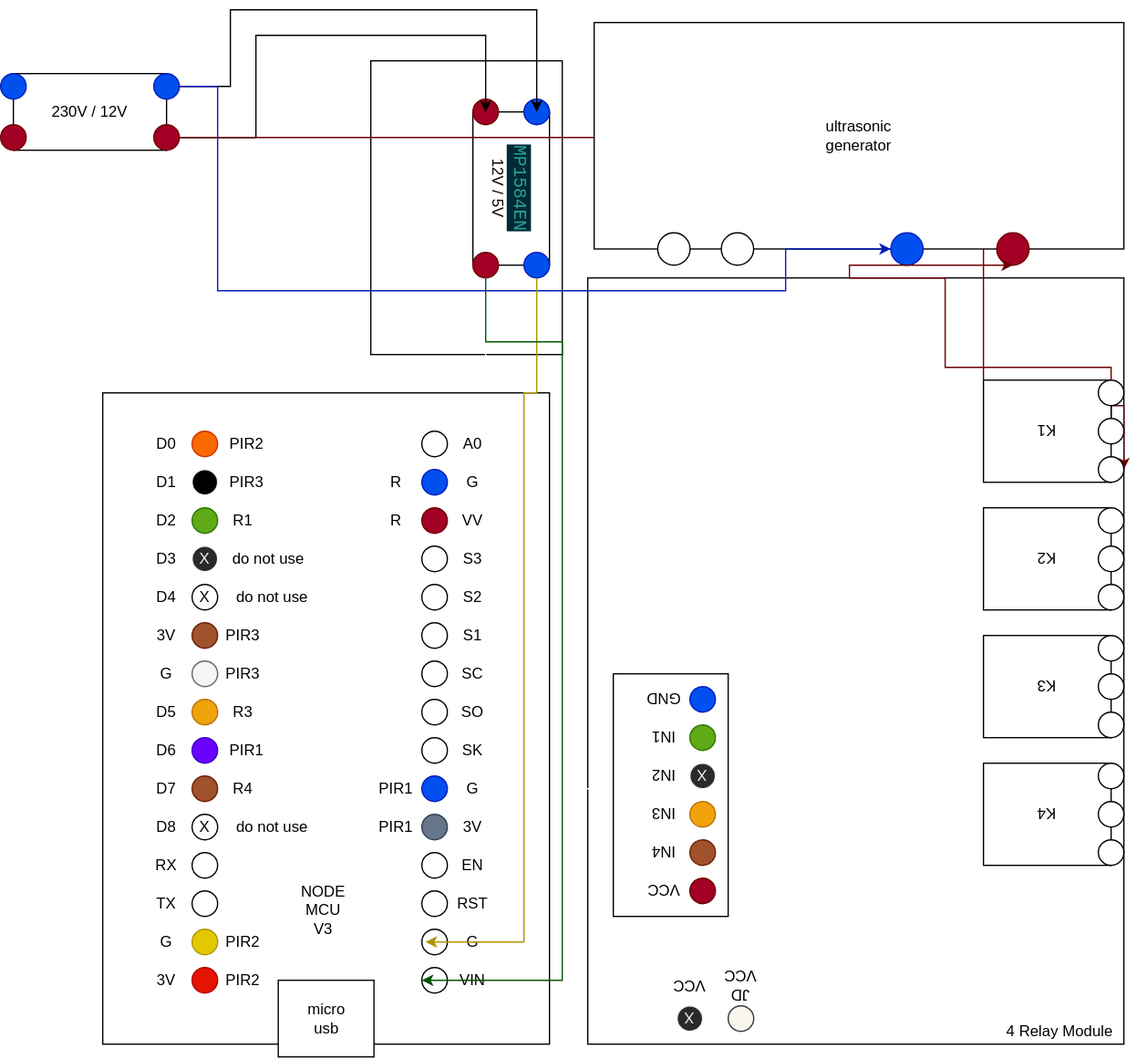
Earlier version of the draw.io export docs/level_field/esp_relay_wiring.drawio.svg (alexkratzer/autohomestack). Source tidied: cells renumbered, new cells last; positions are measured from the earlier drawing's top-left corner, leaving out a move shared by most shapes.
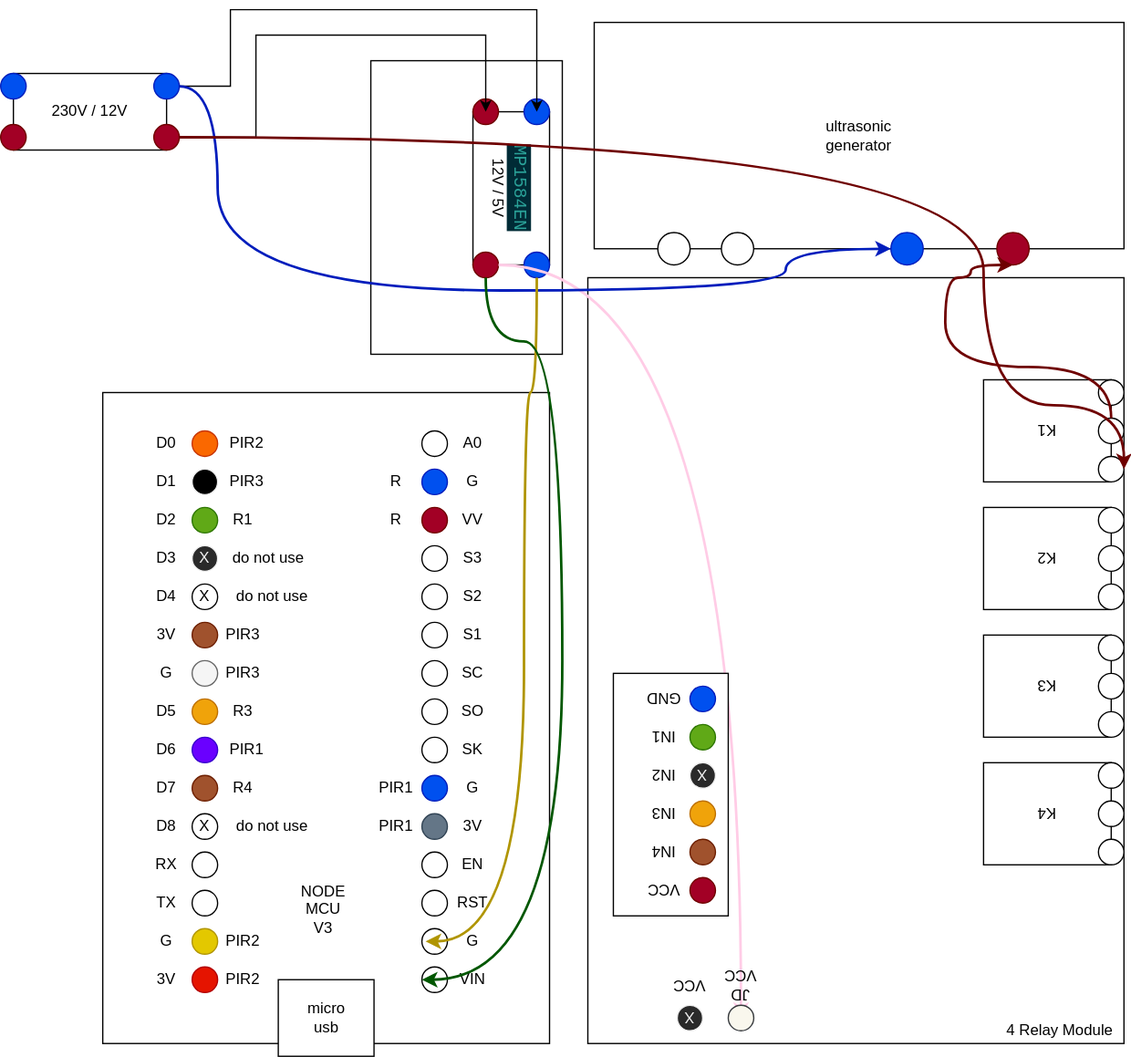
After the change.

What changed in the source:
```diff
@@ -62,23 +62,9 @@
     <mxCell id="17" style="ellipse;whiteSpace=wrap;html=1;fillColor=#a20025;strokeColor=#6F0000;fontColor=#ffffff;rotation=-360;" parent="12" vertex="1">
       <mxGeometry x="120" y="40" width="20" height="20" as="geometry" />
     </mxCell>
-    <mxCell id="18" style="edgeStyle=orthogonalEdgeStyle;jettySize=auto;html=1;entryX=0.5;entryY=0.5;entryDx=0;entryDy=0;entryPerimeter=0;fillColor=#f9f7ed;fontSize=12;strokeColor=#FFFFFF;" parent="1" edge="1" source="9" target="135">
-      <mxGeometry x="30" y="1160" as="geometry">
-        <Array as="points">
-          <mxPoint x="380" y="280" />
-          <mxPoint x="450" y="280" />
-          <mxPoint x="450" y="610" />
-        </Array>
-      </mxGeometry>
+    <mxCell id="18" style="jettySize=auto;html=1;entryX=0.5;entryY=0.5;entryDx=0;entryDy=0;entryPerimeter=0;fillColor=#f9f7ed;fontSize=12;strokeColor=#FFCCE6;edgeStyle=orthogonalEdgeStyle;strokeWidth=2;curved=1;" parent="1" edge="1" source="9" target="135">
+      <mxGeometry x="30" y="1160" as="geometry" />
     </mxCell>
-    <mxCell id="19" style="edgeStyle=orthogonalEdgeStyle;rounded=0;jettySize=auto;html=1;entryX=0;entryY=0.5;entryDx=0;entryDy=0;fillColor=#a20025;strokeColor=#6F0000;" parent="1" edge="1" source="17" target="132">
-      <mxGeometry x="30" y="1160" as="geometry">
-        <Array as="points">
-          <mxPoint x="770" y="100" />
-          <mxPoint x="770" y="310" />
-        </Array>
-      </mxGeometry>
-    </mxCell>
     <mxCell id="20" style="group;" parent="1" vertex="1">
       <mxGeometry x="465" y="10" width="415" height="190" as="geometry" />
     </mxCell>
@@ -97,7 +83,7 @@
     <mxCell id="25" style="ellipse;whiteSpace=wrap;html=1;rotation=-180;" parent="20" vertex="1">
       <mxGeometry x="99.6" y="164.7" width="25.3" height="25.3" as="geometry" />
     </mxCell>
-    <mxCell id="26" style="edgeStyle=orthogonalEdgeStyle;rounded=0;jettySize=auto;html=1;fillColor=#0050ef;strokeColor=#001DBC;" parent="1" edge="1" source="16" target="23">
+    <mxCell id="26" style="edgeStyle=orthogonalEdgeStyle;jettySize=auto;html=1;fillColor=#0050ef;strokeColor=#001DBC;curved=1;strokeWidth=2;" parent="1" edge="1" source="16" target="23">
       <mxGeometry x="30" y="1160" as="geometry">
         <Array as="points">
           <mxPoint x="170" y="60" />
@@ -106,15 +92,6 @@
         </Array>
       </mxGeometry>
     </mxCell>
-    <mxCell id="27" style="edgeStyle=orthogonalEdgeStyle;rounded=0;jettySize=auto;html=1;entryX=0.5;entryY=0;entryDx=0;entryDy=0;fillColor=#a20025;strokeColor=#6F0000;" parent="1" edge="1" source="133" target="22">
-      <mxGeometry relative="1" as="geometry">
-        <Array as="points">
-          <mxPoint x="740" y="280" />
-          <mxPoint x="740" y="210" />
-          <mxPoint x="665" y="210" />
-        </Array>
-      </mxGeometry>
-    </mxCell>
     <mxCell id="28" style="group;" parent="1" vertex="1">
       <mxGeometry x="80" y="300" width="350" height="520" as="geometry" />
     </mxCell>
@@ -367,7 +344,7 @@
     <mxCell id="111" value="do not use" style="text;html=1;strokeColor=none;fillColor=none;align=center;verticalAlign=middle;whiteSpace=wrap;rounded=0;" parent="28" vertex="1">
       <mxGeometry x="92.5" y="150" width="80" height="20" as="geometry" />
     </mxCell>
-    <mxCell id="112" style="edgeStyle=orthogonalEdgeStyle;rounded=0;jettySize=auto;html=1;fillColor=#e3c800;strokeColor=#B09500;entryX=0.146;entryY=0.5;entryDx=0;entryDy=0;entryPerimeter=0;" parent="1" edge="1" source="8" target="88">
+    <mxCell id="112" style="edgeStyle=orthogonalEdgeStyle;jettySize=auto;html=1;fillColor=#e3c800;strokeColor=#B09500;entryX=0.146;entryY=0.5;entryDx=0;entryDy=0;entryPerimeter=0;strokeWidth=2;curved=1;" parent="1" edge="1" source="8" target="88">
       <mxGeometry x="30" y="1160" as="geometry">
         <Array as="points">
           <mxPoint x="420" y="300" />
@@ -376,7 +353,7 @@
         </Array>
       </mxGeometry>
     </mxCell>
-    <mxCell id="113" style="edgeStyle=orthogonalEdgeStyle;rounded=0;jettySize=auto;html=1;fillColor=#008a00;strokeColor=#005700;entryX=0;entryY=0.5;entryDx=0;entryDy=0;" parent="1" edge="1" source="9" target="89">
+    <mxCell id="113" style="edgeStyle=orthogonalEdgeStyle;jettySize=auto;html=1;fillColor=#008a00;strokeColor=#005700;entryX=0;entryY=0.5;entryDx=0;entryDy=0;strokeWidth=2;curved=1;" parent="1" edge="1" source="9" target="89">
       <mxGeometry x="30" y="1160" as="geometry">
         <Array as="points">
           <mxPoint x="380" y="260" />
@@ -502,5 +479,24 @@
     <mxCell id="152" value="X" style="ellipse;whiteSpace=wrap;html=1;fillColor=#2a2a2a;strokeColor=#f0f0f0;fontColor=#f0f0f0;rotation=-180;" parent="1" vertex="1">
       <mxGeometry x="530" y="780" width="20" height="20" as="geometry" />
     </mxCell>
+    <mxCell id="19" style="edgeStyle=orthogonalEdgeStyle;jettySize=auto;html=1;entryX=0;entryY=0.5;entryDx=0;entryDy=0;fillColor=#a20025;strokeColor=#6F0000;strokeWidth=2;curved=1;" parent="1" edge="1" source="17" target="132">
+      <mxGeometry x="30" y="1160" as="geometry">
+        <Array as="points">
+          <mxPoint x="770" y="100" />
+          <mxPoint x="770" y="310" />
+        </Array>
+      </mxGeometry>
+    </mxCell>
+    <mxCell id="27" style="edgeStyle=orthogonalEdgeStyle;jettySize=auto;html=1;entryX=0.5;entryY=0;entryDx=0;entryDy=0;fillColor=#a20025;strokeColor=#6F0000;strokeWidth=2;curved=1;" parent="1" edge="1" source="133" target="22">
+      <mxGeometry relative="1" as="geometry">
+        <Array as="points">
+          <mxPoint x="870" y="280" />
+          <mxPoint x="740" y="280" />
+          <mxPoint x="740" y="210" />
+          <mxPoint x="760" y="210" />
+          <mxPoint x="760" y="200" />
+        </Array>
+      </mxGeometry>
+    </mxCell>
   </root>
 </mxGraphModel>
```
